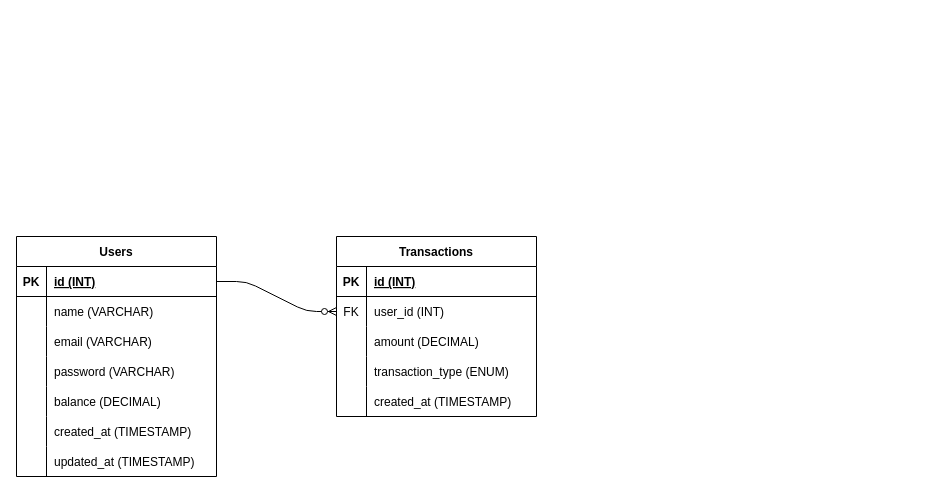
This is erd.drawio from rahmatadlin/Test-Nutech-NodeJS, a draw.io file, before an edit. Source tidied: cells renumbered, new cells numbered last; positions are measured from the earlier drawing's top-left corner, leaving out a move shared by most shapes. Both pictures are drawn from the tidied source at 100%, with x=0, y=0 at pixel (16, 236).
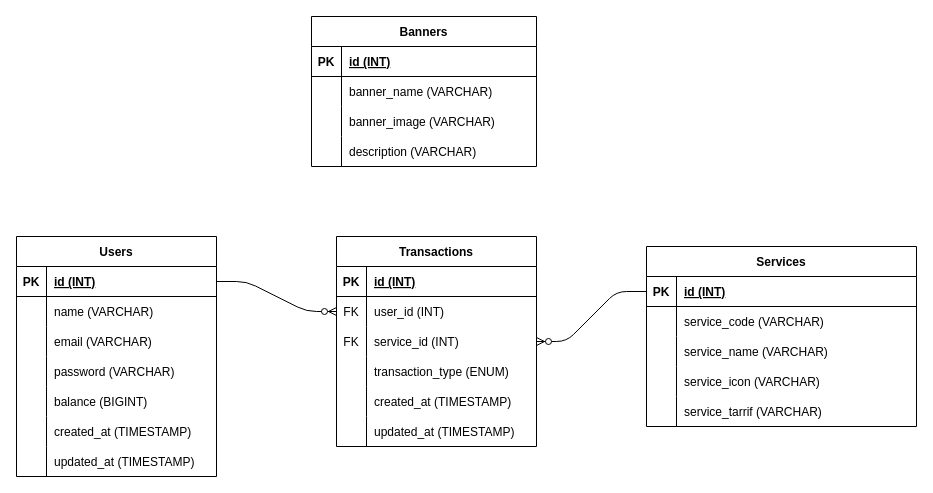
After the change.

The change refers to these unchanged cells:
```xml
<mxCell id="15" style="shape=tableRow;horizontal=0;startSize=0;swimlaneHead=0;swimlaneBody=0;fillColor=none;top=0;left=0;right=0;bottom=0;" parent="2" vertex="1">
  <mxGeometry y="150" width="200" height="30" as="geometry" />
</mxCell>
<mxCell id="31" style="shape=tableRow;horizontal=0;startSize=0;swimlaneHead=0;swimlaneBody=0;fillColor=none;points=[[0,0.5],[1,0.5]];portConstraint=eastwest;top=0;left=0;right=0;bottom=0;" parent="24" vertex="1">
  <mxGeometry y="90" width="200" height="30" as="geometry" />
</mxCell>
```

What changed in the source:
```diff
@@
-    <mxCell id="17" value="balance (DECIMAL)" style="shape=partialRectangle;fillColor=none;top=0;left=0;bottom=0;right=0;align=left;spacingLeft=6;overflow=hidden;" parent="15" vertex="1">
+    <mxCell id="17" value="balance (BIGINT)" style="shape=partialRectangle;fillColor=none;top=0;left=0;bottom=0;right=0;align=left;spacingLeft=6;overflow=hidden;" parent="15" vertex="1">
       <mxGeometry x="30" width="170" height="30" as="geometry" />
     </mxCell>
@@
     <mxCell id="24" value="Transactions" style="shape=table;startSize=30;childLayout=tableLayout;rowLines=0;fontStyle=1;align=center;" parent="1" vertex="1">
-      <mxGeometry x="320" width="200" height="180" as="geometry" />
+      <mxGeometry x="320" width="200" height="210" as="geometry" />
     </mxCell>
@@
-    <mxCell id="32" style="shape=partialRectangle;fillColor=none;top=0;left=0;bottom=0;right=0;overflow=hidden;" parent="31" vertex="1">
-      <mxGeometry width="30" height="30" as="geometry" />
-    </mxCell>
-    <mxCell id="33" value="amount (DECIMAL)" style="shape=partialRectangle;fillColor=none;top=0;left=0;bottom=0;right=0;align=left;spacingLeft=6;overflow=hidden;" parent="31" vertex="1">
-      <mxGeometry x="30" width="170" height="30" as="geometry" />
-    </mxCell>
+    <mxCell id="41" value="FK" style="shape=partialRectangle;fillColor=none;top=0;left=0;bottom=0;right=0;overflow=hidden;" parent="31" vertex="1">
+      <mxGeometry width="30" height="30" as="geometry" />
+    </mxCell>
+    <mxCell id="42" value="service_id (INT)" style="shape=partialRectangle;fillColor=none;top=0;left=0;bottom=0;right=0;align=left;spacingLeft=6;overflow=hidden;" parent="31" vertex="1">
+      <mxGeometry x="30" width="170" height="30" as="geometry" />
+    </mxCell>
@@
+    <mxCell id="43" style="shape=tableRow;horizontal=0;startSize=0;swimlaneHead=0;swimlaneBody=0;fillColor=none;top=0;left=0;right=0;bottom=0;" parent="24" vertex="1">
+      <mxGeometry y="180" width="200" height="30" as="geometry" />
+    </mxCell>
+    <mxCell id="44" style="shape=partialRectangle;fillColor=none;top=0;left=0;bottom=0;right=0;overflow=hidden;" parent="43" vertex="1">
+      <mxGeometry width="30" height="30" as="geometry" />
+    </mxCell>
+    <mxCell id="45" value="updated_at (TIMESTAMP)" style="shape=partialRectangle;fillColor=none;top=0;left=0;bottom=0;right=0;align=left;spacingLeft=6;overflow=hidden;" parent="43" vertex="1">
+      <mxGeometry x="30" width="170" height="30" as="geometry" />
+    </mxCell>
@@
+    <mxCell id="46" value="Services" style="shape=table;startSize=30;childLayout=tableLayout;rowLines=0;fontStyle=1;align=center;" parent="1" vertex="1">
+      <mxGeometry x="630" y="10" width="270" height="180" as="geometry" />
+    </mxCell>
+    <mxCell id="47" style="shape=tableRow;horizontal=0;startSize=0;swimlaneHead=0;swimlaneBody=0;fillColor=none;points=[[0,0.5],[1,0.5]];portConstraint=eastwest;top=0;left=0;right=0;bottom=1;" parent="46" vertex="1">
+      <mxGeometry y="30" width="270" height="30" as="geometry" />
+    </mxCell>
+    <mxCell id="48" value="PK" style="shape=partialRectangle;fillColor=none;top=0;left=0;bottom=0;right=0;fontStyle=1;overflow=hidden;" parent="47" vertex="1">
+      <mxGeometry width="30" height="30" as="geometry" />
+    </mxCell>
+    <mxCell id="49" value="id (INT)" style="shape=partialRectangle;fillColor=none;top=0;left=0;bottom=0;right=0;align=left;spacingLeft=6;fontStyle=5;overflow=hidden;" parent="47" vertex="1">
+      <mxGeometry x="30" width="240" height="30" as="geometry" />
+    </mxCell>
+    <mxCell id="50" style="shape=tableRow;horizontal=0;startSize=0;swimlaneHead=0;swimlaneBody=0;fillColor=none;top=0;left=0;right=0;bottom=0;" parent="46" vertex="1">
+      <mxGeometry y="60" width="270" height="30" as="geometry" />
+    </mxCell>
+    <mxCell id="51" style="shape=partialRectangle;fillColor=none;top=0;left=0;bottom=0;right=0;overflow=hidden;" parent="50" vertex="1">
+      <mxGeometry width="30" height="30" as="geometry" />
+    </mxCell>
+    <mxCell id="52" value="service_code (VARCHAR)" style="shape=partialRectangle;fillColor=none;top=0;left=0;bottom=0;right=0;align=left;spacingLeft=6;overflow=hidden;" parent="50" vertex="1">
+      <mxGeometry x="30" width="240" height="30" as="geometry" />
+    </mxCell>
+    <mxCell id="53" style="shape=tableRow;horizontal=0;startSize=0;swimlaneHead=0;swimlaneBody=0;fillColor=none;top=0;left=0;right=0;bottom=0;" parent="46" vertex="1">
+      <mxGeometry y="90" width="270" height="30" as="geometry" />
+    </mxCell>
+    <mxCell id="54" style="shape=partialRectangle;fillColor=none;top=0;left=0;bottom=0;right=0;overflow=hidden;" parent="53" vertex="1">
+      <mxGeometry width="30" height="30" as="geometry" />
+    </mxCell>
+    <mxCell id="55" value="service_name (VARCHAR)" style="shape=partialRectangle;fillColor=none;top=0;left=0;bottom=0;right=0;align=left;spacingLeft=6;overflow=hidden;" parent="53" vertex="1">
+      <mxGeometry x="30" width="240" height="30" as="geometry" />
+    </mxCell>
+    <mxCell id="56" style="shape=tableRow;horizontal=0;startSize=0;swimlaneHead=0;swimlaneBody=0;fillColor=none;top=0;left=0;right=0;bottom=0;" parent="46" vertex="1">
+      <mxGeometry y="120" width="270" height="30" as="geometry" />
+    </mxCell>
+    <mxCell id="57" style="shape=partialRectangle;fillColor=none;top=0;left=0;bottom=0;right=0;overflow=hidden;" parent="56" vertex="1">
+      <mxGeometry width="30" height="30" as="geometry" />
+    </mxCell>
+    <mxCell id="58" value="service_icon (VARCHAR)" style="shape=partialRectangle;fillColor=none;top=0;left=0;bottom=0;right=0;align=left;spacingLeft=6;overflow=hidden;" parent="56" vertex="1">
+      <mxGeometry x="30" width="240" height="30" as="geometry" />
+    </mxCell>
+    <mxCell id="59" style="shape=tableRow;horizontal=0;startSize=0;swimlaneHead=0;swimlaneBody=0;fillColor=none;top=0;left=0;right=0;bottom=0;" parent="46" vertex="1">
+      <mxGeometry y="150" width="270" height="30" as="geometry" />
+    </mxCell>
+    <mxCell id="60" style="shape=partialRectangle;fillColor=none;top=0;left=0;bottom=0;right=0;overflow=hidden;" parent="59" vertex="1">
+      <mxGeometry width="30" height="30" as="geometry" />
+    </mxCell>
+    <mxCell id="61" value="service_tarrif (VARCHAR)" style="shape=partialRectangle;fillColor=none;top=0;left=0;bottom=0;right=0;align=left;spacingLeft=6;overflow=hidden;" parent="59" vertex="1">
+      <mxGeometry x="30" width="240" height="30" as="geometry" />
+    </mxCell>
+    <mxCell id="62" style="edgeStyle=entityRelationEdgeStyle;fontSize=12;html=1;endArrow=ERzeroToMany;endFill=1;entryX=1;entryY=0.5;entryDx=0;entryDy=0;exitX=0;exitY=0.5;exitDx=0;exitDy=0;" parent="1" edge="1" source="47" target="31">
+      <mxGeometry relative="1" as="geometry" />
+    </mxCell>
+    <mxCell id="63" value="Banners" style="shape=table;startSize=30;childLayout=tableLayout;rowLines=0;fontStyle=1;align=center;" parent="1" vertex="1">
+      <mxGeometry x="295" y="-220" width="225" height="150" as="geometry" />
+    </mxCell>
+    <mxCell id="64" style="shape=tableRow;horizontal=0;startSize=0;swimlaneHead=0;swimlaneBody=0;fillColor=none;top=0;left=0;right=0;bottom=1;" parent="63" vertex="1">
+      <mxGeometry y="30" width="225" height="30" as="geometry" />
+    </mxCell>
+    <mxCell id="65" value="PK" style="shape=partialRectangle;fillColor=none;top=0;left=0;bottom=0;right=0;fontStyle=1;overflow=hidden;" parent="64" vertex="1">
+      <mxGeometry width="30" height="30" as="geometry" />
+    </mxCell>
+    <mxCell id="66" value="id (INT)" style="shape=partialRectangle;fillColor=none;top=0;left=0;bottom=0;right=0;align=left;spacingLeft=6;fontStyle=5;overflow=hidden;" parent="64" vertex="1">
+      <mxGeometry x="30" width="195" height="30" as="geometry" />
+    </mxCell>
+    <mxCell id="67" style="shape=tableRow;horizontal=0;startSize=0;swimlaneHead=0;swimlaneBody=0;fillColor=none;top=0;left=0;right=0;bottom=0;" parent="63" vertex="1">
+      <mxGeometry y="60" width="225" height="30" as="geometry" />
+    </mxCell>
+    <mxCell id="68" style="shape=partialRectangle;fillColor=none;top=0;left=0;bottom=0;right=0;overflow=hidden;" parent="67" vertex="1">
+      <mxGeometry width="30" height="30" as="geometry" />
+    </mxCell>
+    <mxCell id="69" value="banner_name (VARCHAR)" style="shape=partialRectangle;fillColor=none;top=0;left=0;bottom=0;right=0;align=left;spacingLeft=6;overflow=hidden;" parent="67" vertex="1">
+      <mxGeometry x="30" width="195" height="30" as="geometry" />
+    </mxCell>
+    <mxCell id="70" style="shape=tableRow;horizontal=0;startSize=0;swimlaneHead=0;swimlaneBody=0;fillColor=none;top=0;left=0;right=0;bottom=0;" parent="63" vertex="1">
+      <mxGeometry y="90" width="225" height="30" as="geometry" />
+    </mxCell>
+    <mxCell id="71" style="shape=partialRectangle;fillColor=none;top=0;left=0;bottom=0;right=0;overflow=hidden;" parent="70" vertex="1">
+      <mxGeometry width="30" height="30" as="geometry" />
+    </mxCell>
+    <mxCell id="72" value="banner_image (VARCHAR)" style="shape=partialRectangle;fillColor=none;top=0;left=0;bottom=0;right=0;align=left;spacingLeft=6;overflow=hidden;" parent="70" vertex="1">
+      <mxGeometry x="30" width="195" height="30" as="geometry" />
+    </mxCell>
+    <mxCell id="73" style="shape=tableRow;horizontal=0;startSize=0;swimlaneHead=0;swimlaneBody=0;fillColor=none;top=0;left=0;right=0;bottom=0;" parent="63" vertex="1">
+      <mxGeometry y="120" width="225" height="30" as="geometry" />
+    </mxCell>
+    <mxCell id="74" style="shape=partialRectangle;fillColor=none;top=0;left=0;bottom=0;right=0;overflow=hidden;" parent="73" vertex="1">
+      <mxGeometry width="30" height="30" as="geometry" />
+    </mxCell>
+    <mxCell id="75" value="description (VARCHAR)" style="shape=partialRectangle;fillColor=none;top=0;left=0;bottom=0;right=0;align=left;spacingLeft=6;overflow=hidden;" parent="73" vertex="1">
+      <mxGeometry x="30" width="195" height="30" as="geometry" />
+    </mxCell>
```
